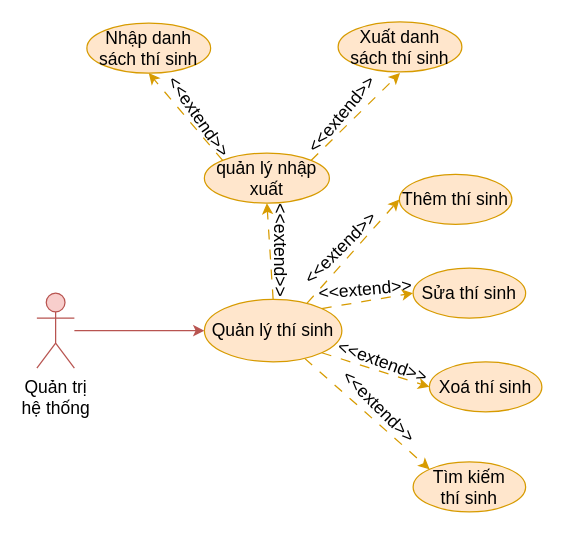
Before: document/temp/draw/usecase_phanra/usecase_thisinh.drawio in copecute/Edudex-Quiz, a draw.io diagram. Source tidied: cells renumbered, new cells numbered last; positions are measured from the earlier drawing's top-left corner, leaving out a move shared by most shapes. Both pictures are drawn from the tidied source at 125%, with x=0, y=0 at pixel (36, 21).
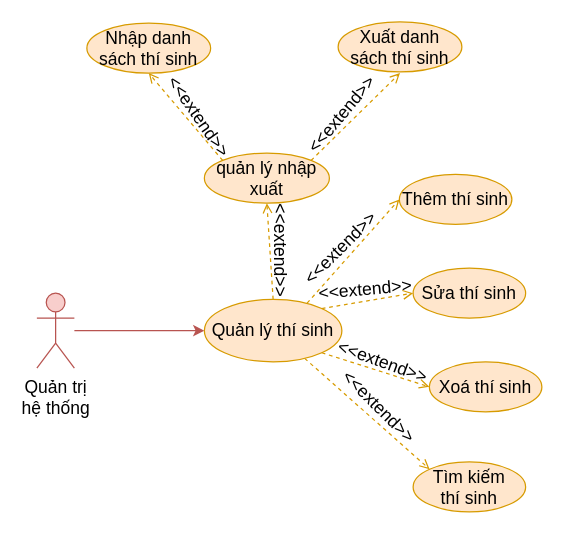
After the change.

Unchanged cells that the change refers to:
```xml
<mxCell id="7" value="Quản lý thí sinh" style="ellipse;whiteSpace=wrap;html=1;fillColor=#ffe6cc;strokeColor=#d79b00;fontSize=14;" parent="1" vertex="1">
  <mxGeometry x="134" y="222" width="110" height="50" as="geometry" />
</mxCell>
<mxCell id="11" value="Thêm thí sinh" style="ellipse;whiteSpace=wrap;html=1;fillColor=#ffe6cc;strokeColor=#d79b00;fontSize=14;" parent="1" vertex="1">
  <mxGeometry x="290" y="122" width="90" height="40" as="geometry" />
</mxCell>
<mxCell id="12" value="Sửa&amp;nbsp;thí sinh" style="ellipse;whiteSpace=wrap;html=1;fillColor=#ffe6cc;strokeColor=#d79b00;fontSize=14;" parent="1" vertex="1">
  <mxGeometry x="301" y="197" width="90" height="40" as="geometry" />
</mxCell>
<mxCell id="13" value="Xoá&amp;nbsp;thí sinh" style="ellipse;whiteSpace=wrap;html=1;fillColor=#ffe6cc;strokeColor=#d79b00;fontSize=14;" parent="1" vertex="1">
  <mxGeometry x="314" y="272" width="90" height="40" as="geometry" />
</mxCell>
<mxCell id="14" value="Tìm kiếm&lt;br style=&quot;font-size: 14px;&quot;&gt;thí sinh" style="ellipse;whiteSpace=wrap;html=1;fillColor=#ffe6cc;strokeColor=#d79b00;fontSize=14;" parent="1" vertex="1">
  <mxGeometry x="301" y="352" width="90" height="40" as="geometry" />
</mxCell>
<mxCell id="21" value="quản lý nhập xuất" style="ellipse;whiteSpace=wrap;html=1;fillColor=#ffe6cc;strokeColor=#d79b00;fontSize=14;" parent="1" vertex="1">
  <mxGeometry x="134" y="105" width="100" height="40" as="geometry" />
</mxCell>
<mxCell id="23" value="Nhập danh&lt;br style=&quot;font-size: 14px;&quot;&gt;sách thí sinh" style="ellipse;whiteSpace=wrap;html=1;fillColor=#ffe6cc;strokeColor=#d79b00;fontSize=14;" parent="1" vertex="1">
  <mxGeometry x="40" y="1" width="99" height="40" as="geometry" />
</mxCell>
```

The edit, as a diff of the source:
```diff
@@
-    <mxCell id="5" style="rounded=0;jettySize=auto;html=1;entryX=0;entryY=0;entryDx=0;entryDy=0;fillColor=#ffe6cc;strokeColor=#d79b00;dashed=1;dashPattern=8 8;fontSize=14;" parent="1" edge="1" source="7" target="14">
+    <mxCell id="5" style="rounded=0;jettySize=auto;html=1;entryX=0;entryY=0;entryDx=0;entryDy=0;fillColor=#ffe6cc;strokeColor=#d79b00;dashed=1;fontSize=14;endArrow=open;endFill=0;" parent="1" edge="1" source="7" target="14">
       <mxGeometry relative="1" as="geometry" />
     </mxCell>
-    <mxCell id="6" style="rounded=0;jettySize=auto;html=1;exitX=0.5;exitY=0;exitDx=0;exitDy=0;entryX=0.5;entryY=1;entryDx=0;entryDy=0;fillColor=#ffe6cc;strokeColor=#d79b00;dashed=1;dashPattern=8 8;fontSize=14;" parent="1" edge="1" source="7" target="21">
+    <mxCell id="6" style="rounded=0;jettySize=auto;html=1;exitX=0.5;exitY=0;exitDx=0;exitDy=0;entryX=0.5;entryY=1;entryDx=0;entryDy=0;fillColor=#ffe6cc;strokeColor=#d79b00;dashed=1;fontSize=14;endArrow=open;endFill=0;" parent="1" edge="1" source="7" target="21">
       <mxGeometry relative="1" as="geometry" />
     </mxCell>
@@
-    <mxCell id="8" style="rounded=0;jettySize=auto;html=1;entryX=0;entryY=0.5;entryDx=0;entryDy=0;fillColor=#ffe6cc;strokeColor=#d79b00;exitX=0.747;exitY=0.061;exitDx=0;exitDy=0;exitPerimeter=0;dashed=1;dashPattern=8 8;fontSize=14;" parent="1" edge="1" source="7" target="11">
+    <mxCell id="8" style="rounded=0;jettySize=auto;html=1;entryX=0;entryY=0.5;entryDx=0;entryDy=0;fillColor=#ffe6cc;strokeColor=#d79b00;exitX=0.747;exitY=0.061;exitDx=0;exitDy=0;exitPerimeter=0;dashed=1;fontSize=14;endArrow=open;endFill=0;" parent="1" edge="1" source="7" target="11">
       <mxGeometry relative="1" as="geometry" />
     </mxCell>
-    <mxCell id="9" style="rounded=0;jettySize=auto;html=1;entryX=0;entryY=0.5;entryDx=0;entryDy=0;fillColor=#ffe6cc;strokeColor=#d79b00;exitX=1;exitY=0;exitDx=0;exitDy=0;dashed=1;dashPattern=8 8;fontSize=14;" parent="1" edge="1" source="7" target="12">
+    <mxCell id="9" style="rounded=0;jettySize=auto;html=1;entryX=0;entryY=0.5;entryDx=0;entryDy=0;fillColor=#ffe6cc;strokeColor=#d79b00;exitX=1;exitY=0;exitDx=0;exitDy=0;dashed=1;fontSize=14;endArrow=open;endFill=0;" parent="1" edge="1" source="7" target="12">
       <mxGeometry relative="1" as="geometry" />
     </mxCell>
-    <mxCell id="10" style="rounded=0;jettySize=auto;html=1;exitX=1;exitY=1;exitDx=0;exitDy=0;entryX=0;entryY=0.5;entryDx=0;entryDy=0;fillColor=#ffe6cc;strokeColor=#d79b00;dashed=1;dashPattern=8 8;fontSize=14;" parent="1" edge="1" source="7" target="13">
+    <mxCell id="10" style="rounded=0;jettySize=auto;html=1;exitX=1;exitY=1;exitDx=0;exitDy=0;entryX=0;entryY=0.5;entryDx=0;entryDy=0;fillColor=#ffe6cc;strokeColor=#d79b00;dashed=1;fontSize=14;endArrow=open;endFill=0;" parent="1" edge="1" source="7" target="13">
       <mxGeometry relative="1" as="geometry" />
     </mxCell>
@@
-    <mxCell id="19" style="rounded=0;jettySize=auto;html=1;exitX=0;exitY=0;exitDx=0;exitDy=0;entryX=0.5;entryY=1;entryDx=0;entryDy=0;dashed=1;dashPattern=8 8;fillColor=#ffe6cc;strokeColor=#d79b00;fontSize=14;" parent="1" edge="1" source="21" target="23">
+    <mxCell id="19" style="rounded=0;jettySize=auto;html=1;exitX=0;exitY=0;exitDx=0;exitDy=0;entryX=0.5;entryY=1;entryDx=0;entryDy=0;dashed=1;fillColor=#ffe6cc;strokeColor=#d79b00;fontSize=14;endArrow=open;endFill=0;" parent="1" edge="1" source="21" target="23">
       <mxGeometry relative="1" as="geometry" />
     </mxCell>
-    <mxCell id="20" style="rounded=0;jettySize=auto;html=1;exitX=1;exitY=0;exitDx=0;exitDy=0;entryX=0.5;entryY=1;entryDx=0;entryDy=0;dashed=1;dashPattern=8 8;fillColor=#ffe6cc;strokeColor=#d79b00;fontSize=14;" parent="1" edge="1" source="21">
+    <mxCell id="20" style="rounded=0;jettySize=auto;html=1;exitX=1;exitY=0;exitDx=0;exitDy=0;entryX=0.5;entryY=1;entryDx=0;entryDy=0;dashed=1;fillColor=#ffe6cc;strokeColor=#d79b00;fontSize=14;endArrow=open;endFill=0;" parent="1" edge="1" source="21">
       <mxGeometry relative="1" as="geometry">
         <mxPoint x="290.5" y="41" as="targetPoint" />
       </mxGeometry>
     </mxCell>
```
